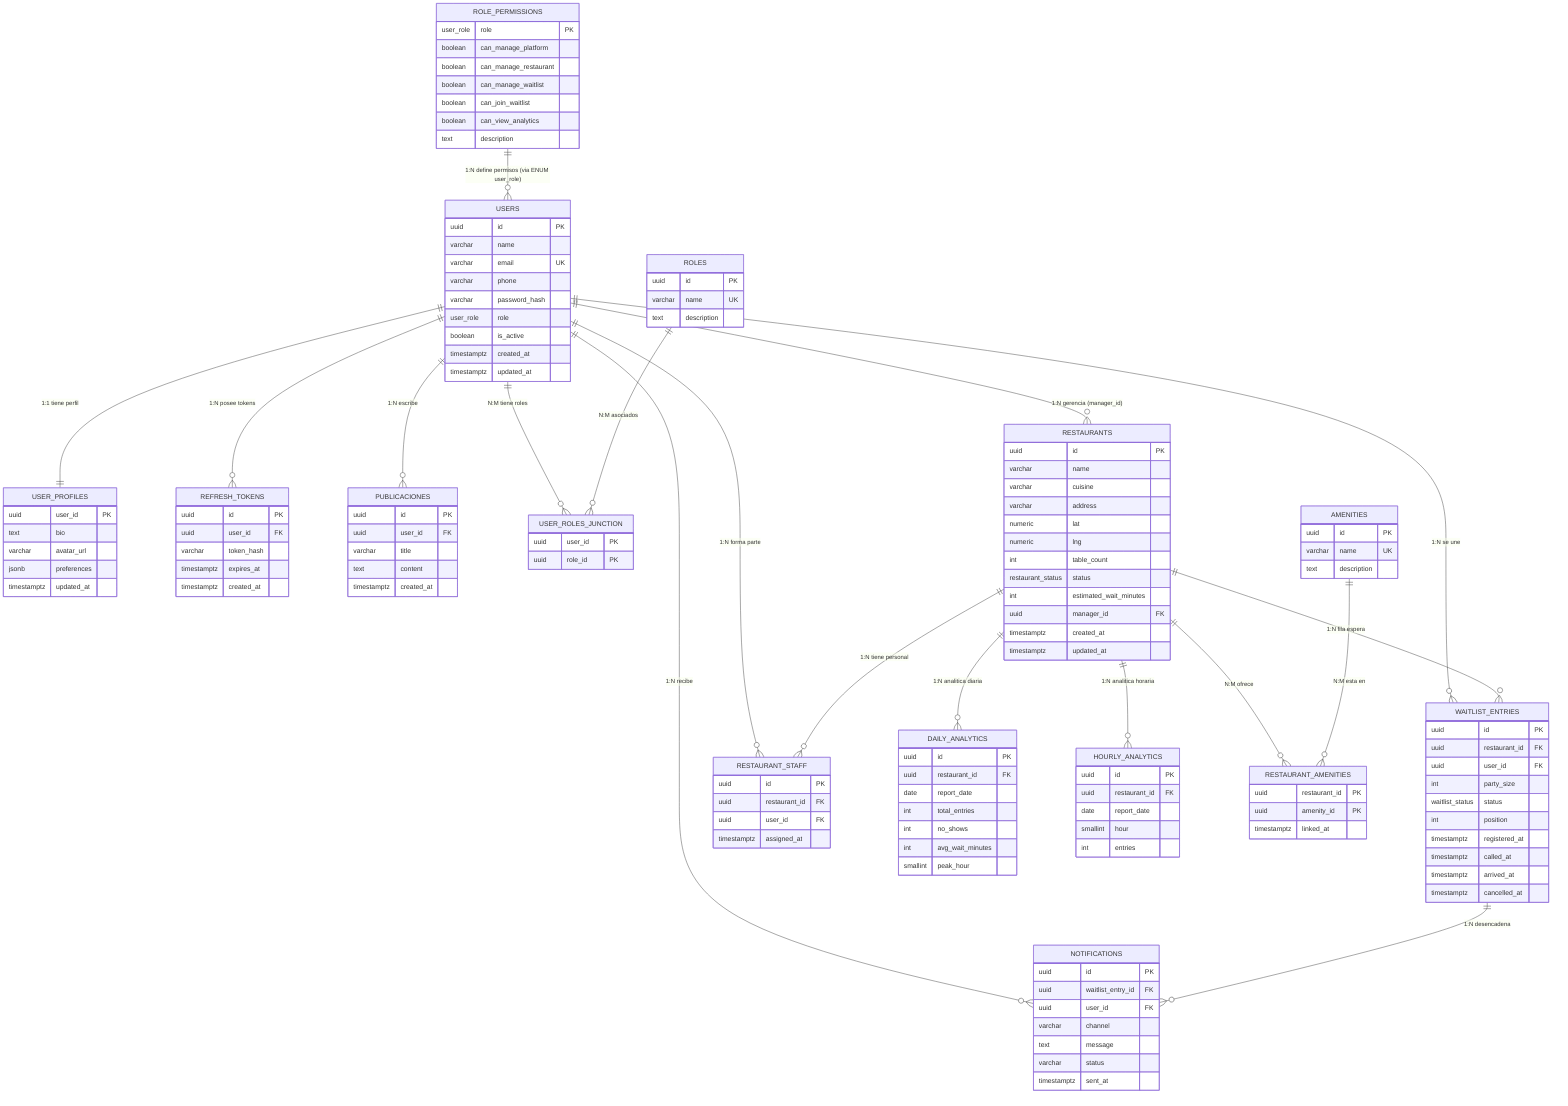
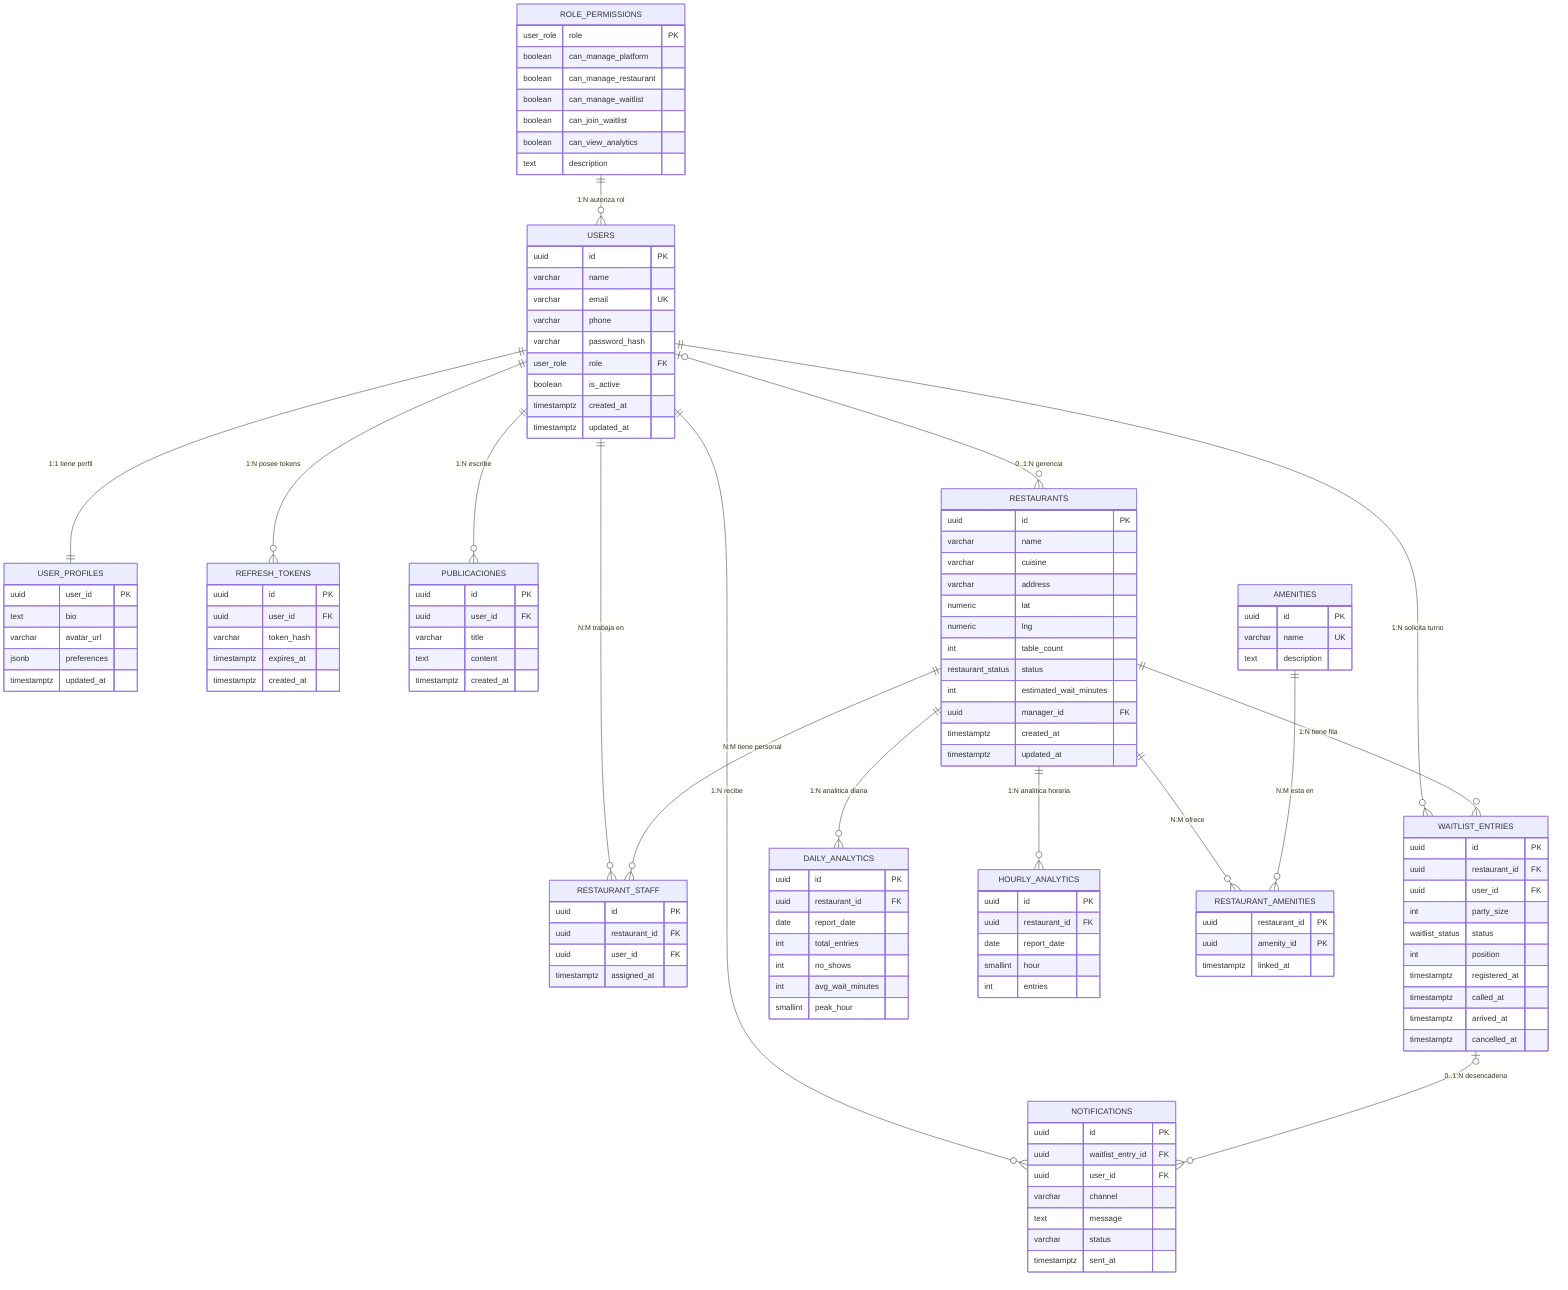
erDiagram
+     ROLE_PERMISSIONS ||--o{ USERS : "1:N autoriza rol"
+ 
    USERS ||--|| USER_PROFILES : "1:1 tiene perfil"
    USERS ||--o{ REFRESH_TOKENS : "1:N posee tokens"
    USERS ||--o{ PUBLICACIONES : "1:N escribe"
-     USERS ||--o{ WAITLIST_ENTRIES : "1:N se une"
+     USERS |o--o{ RESTAURANTS : "0..1:N gerencia"
+     USERS ||--o{ RESTAURANT_STAFF : "N:M trabaja en"
+     USERS ||--o{ WAITLIST_ENTRIES : "1:N solicita turno"
    USERS ||--o{ NOTIFICATIONS : "1:N recibe"
-     USERS ||--o{ USER_ROLES_JUNCTION : "N:M tiene roles"
-     ROLES ||--o{ USER_ROLES_JUNCTION : "N:M asociados"

-     USERS ||--o{ RESTAURANTS : "1:N gerencia (manager_id)"
-     USERS ||--o{ RESTAURANT_STAFF : "1:N forma parte"
-     RESTAURANTS ||--o{ RESTAURANT_STAFF : "1:N tiene personal"
- 
-     RESTAURANTS ||--o{ WAITLIST_ENTRIES : "1:N fila espera"
-     WAITLIST_ENTRIES ||--o{ NOTIFICATIONS : "1:N desencadena"
+     RESTAURANTS ||--o{ RESTAURANT_STAFF : "N:M tiene personal"
+     RESTAURANTS ||--o{ WAITLIST_ENTRIES : "1:N tiene fila"
    RESTAURANTS ||--o{ DAILY_ANALYTICS : "1:N analitica diaria"
    RESTAURANTS ||--o{ HOURLY_ANALYTICS : "1:N analitica horaria"
+     RESTAURANTS ||--o{ RESTAURANT_AMENITIES : "N:M ofrece"

-     RESTAURANTS ||--o{ RESTAURANT_AMENITIES : "N:M ofrece"
+     WAITLIST_ENTRIES |o--o{ NOTIFICATIONS : "0..1:N desencadena"
    AMENITIES ||--o{ RESTAURANT_AMENITIES : "N:M esta en"
- 
-     ROLE_PERMISSIONS ||--o{ USERS : "1:N define permisos (via ENUM user_role)"
- 
-     USERS {
-         uuid id PK
-         varchar name
-         varchar email UK
-         varchar phone
-         varchar password_hash
-         user_role role
-         boolean is_active
-         timestamptz created_at
-         timestamptz updated_at
-     }

    ROLE_PERMISSIONS {
        user_role role PK
        boolean can_manage_platform
        boolean can_manage_restaurant
        boolean can_manage_waitlist
        boolean can_join_waitlist
        boolean can_view_analytics
        text description
    }

+     USERS {
+         uuid id PK
+         varchar name
+         varchar email UK
+         varchar phone
+         varchar password_hash
+         user_role role FK
+         boolean is_active
+         timestamptz created_at
+         timestamptz updated_at
+     }
+ 
    USER_PROFILES {
        uuid user_id PK
        text bio
        varchar avatar_url
        jsonb preferences
        timestamptz updated_at
-     }
- 
-     PUBLICACIONES {
-         uuid id PK
-         uuid user_id FK
-         varchar title
-         text content
-         timestamptz created_at
-     }
- 
-     ROLES {
-         uuid id PK
-         varchar name UK
-         text description
-     }
- 
-     USER_ROLES_JUNCTION {
-         uuid user_id PK
-         uuid role_id PK
    }

    REFRESH_TOKENS {
        uuid id PK
        uuid user_id FK
        varchar token_hash
        timestamptz expires_at
        timestamptz created_at
    }

    RESTAURANTS {
        uuid id PK
        varchar name
        varchar cuisine
        varchar address
        numeric lat
        numeric lng
        int table_count
        restaurant_status status
        int estimated_wait_minutes
        uuid manager_id FK
        timestamptz created_at
        timestamptz updated_at
    }

    RESTAURANT_STAFF {
        uuid id PK
        uuid restaurant_id FK
        uuid user_id FK
        timestamptz assigned_at
    }

    WAITLIST_ENTRIES {
        uuid id PK
        uuid restaurant_id FK
        uuid user_id FK
        int party_size
        waitlist_status status
        int position
        timestamptz registered_at
        timestamptz called_at
        timestamptz arrived_at
        timestamptz cancelled_at
    }

    NOTIFICATIONS {
        uuid id PK
        uuid waitlist_entry_id FK
        uuid user_id FK
        varchar channel
        text message
        varchar status
        timestamptz sent_at
    }

    DAILY_ANALYTICS {
        uuid id PK
        uuid restaurant_id FK
        date report_date
        int total_entries
        int no_shows
        int avg_wait_minutes
        smallint peak_hour
    }

    HOURLY_ANALYTICS {
        uuid id PK
        uuid restaurant_id FK
        date report_date
        smallint hour
        int entries
    }

+     PUBLICACIONES {
+         uuid id PK
+         uuid user_id FK
+         varchar title
+         text content
+         timestamptz created_at
+     }
+ 
    AMENITIES {
        uuid id PK
        varchar name UK
        text description
    }

    RESTAURANT_AMENITIES {
        uuid restaurant_id PK
        uuid amenity_id PK
        timestamptz linked_at
    }
